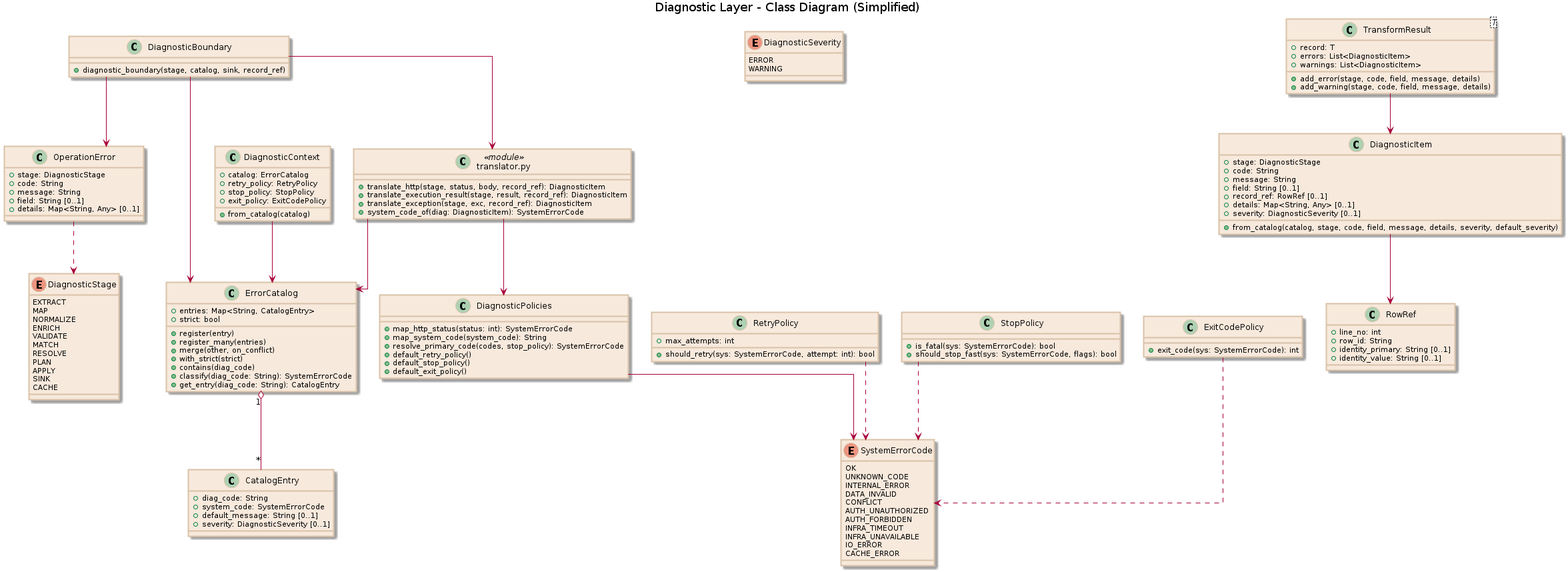
Earlier version of the PlantUML export docs/uml/pipeline/diagnostic_layer/diagnostic_layer_class.png (xORex-LC/nexus-etl). Its source is kept beside it as docs/uml/pipeline/diagnostic_layer/diagnostic_layer_class.puml.
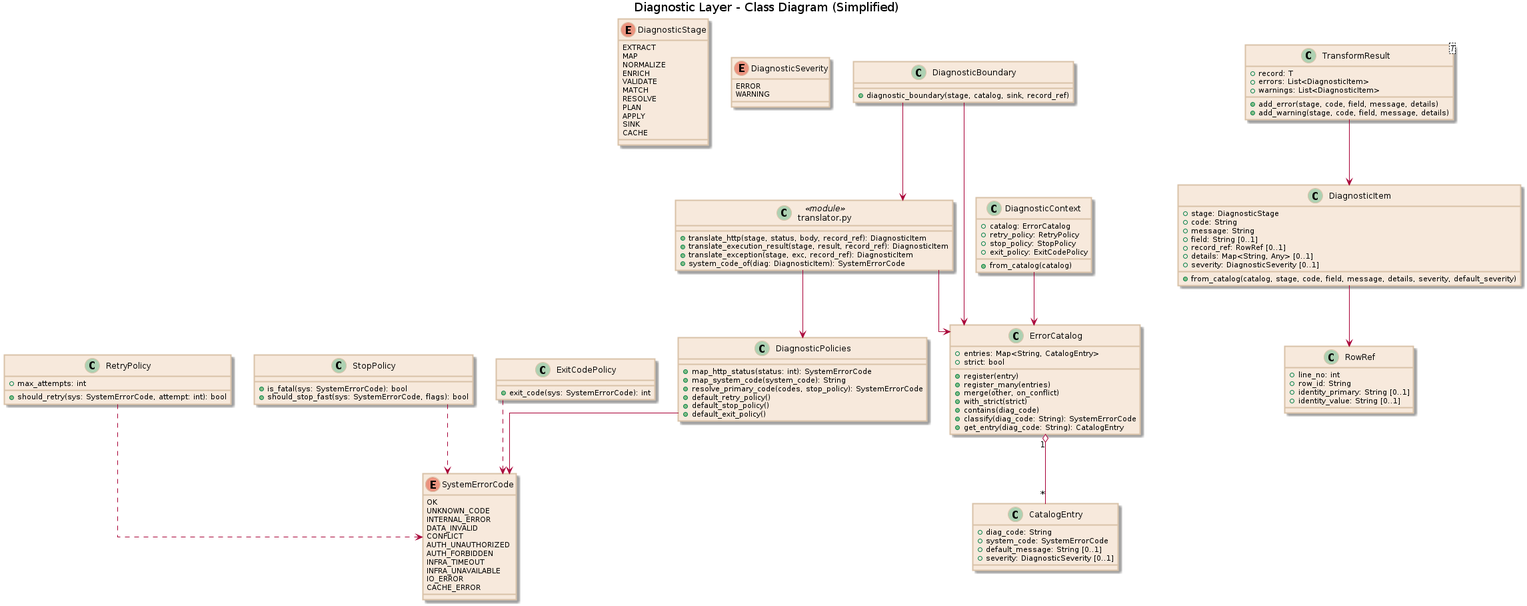
Later version of the same file.

What changed in the source:
```diff
@@ -100,14 +100,6 @@
   +diagnostic_boundary(stage, catalog, sink, record_ref)
 }
 
-class OperationError {
-  +stage: DiagnosticStage
-  +code: String
-  +message: String
-  +field: String [0..1]
-  +details: Map<String, Any> [0..1]
-}
-
 class "translator.py" as TranslatorFns <<module>> {
   +translate_http(stage, status, body, record_ref): DiagnosticItem
   +translate_execution_result(stage, result, record_ref): DiagnosticItem
@@ -145,10 +137,8 @@
 DiagnosticContext --> ErrorCatalog
 DiagnosticBoundary --> TranslatorFns
 DiagnosticBoundary --> ErrorCatalog
-DiagnosticBoundary --> OperationError
 TransformResult --> DiagnosticItem
 DiagnosticItem --> RowRef
-OperationError ..> DiagnosticStage
 RetryPolicy ..> SystemErrorCode
 StopPolicy ..> SystemErrorCode
 ExitCodePolicy ..> SystemErrorCode
```
